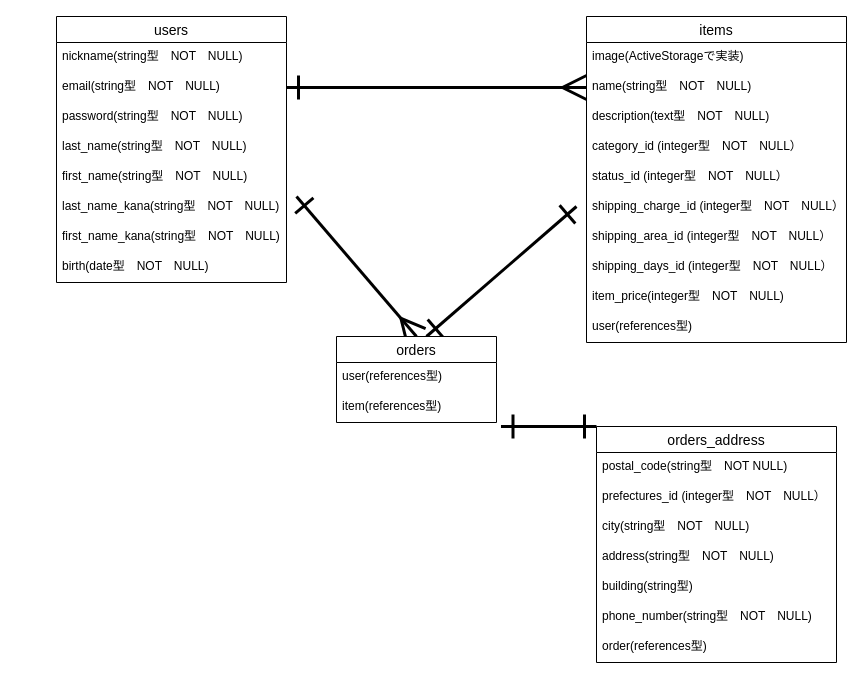
The draw.io diagram furima.dio in shuichi8112/furima-34017, before the edit. Source tidied: cells renumbered, new cells numbered last; positions are measured from the earlier drawing's top-left corner, leaving out a move shared by most shapes. Both pictures are drawn from the tidied source at 100%, with x=0, y=0 at pixel (56, 16).
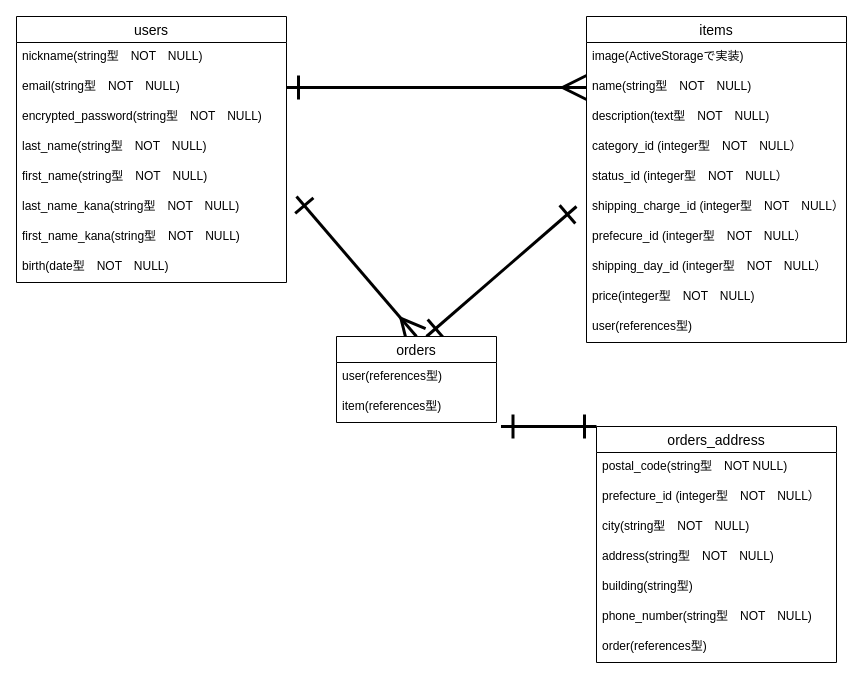
The same diagram, later.

Commit message (it also covers changes not shown here):
DB設計　指摘箇所修正4回目

Unchanged cells that the change refers to:
```xml
<mxCell id="3" value="items" style="swimlane;fontStyle=0;horizontal=1;startSize=26;align=center;fontSize=14;" parent="1" vertex="1">
  <mxGeometry x="530" width="260" height="326" as="geometry" />
</mxCell>
<mxCell id="27" value="orders_address" style="swimlane;fontStyle=0;horizontal=1;startSize=26;align=center;fontSize=14;" parent="1" vertex="1">
  <mxGeometry x="540" y="410" width="240" height="236" as="geometry" />
</mxCell>
```

Change to the diagram source:
```diff
@@
-    <mxCell id="10" value="shipping_area_id (integer型　NOT　NULL）" style="text;strokeColor=none;fillColor=none;spacingLeft=4;spacingRight=4;overflow=hidden;fontSize=12;" parent="3" vertex="1">
+    <mxCell id="10" value="prefecure_id (integer型　NOT　NULL）" style="text;strokeColor=none;fillColor=none;spacingLeft=4;spacingRight=4;overflow=hidden;fontSize=12;" parent="3" vertex="1">
       <mxGeometry y="206" width="260" height="30" as="geometry" />
     </mxCell>
-    <mxCell id="11" value="shipping_days_id (integer型　NOT　NULL）" style="text;strokeColor=none;fillColor=none;spacingLeft=4;spacingRight=4;overflow=hidden;fontSize=12;" parent="3" vertex="1">
+    <mxCell id="11" value="shipping_day_id (integer型　NOT　NULL）" style="text;strokeColor=none;fillColor=none;spacingLeft=4;spacingRight=4;overflow=hidden;fontSize=12;" parent="3" vertex="1">
       <mxGeometry y="236" width="260" height="30" as="geometry" />
     </mxCell>
-    <mxCell id="12" value="item_price(integer型　NOT　NULL)" style="text;strokeColor=none;fillColor=none;spacingLeft=4;spacingRight=4;overflow=hidden;fontSize=12;" parent="3" vertex="1">
+    <mxCell id="12" value="price(integer型　NOT　NULL)" style="text;strokeColor=none;fillColor=none;spacingLeft=4;spacingRight=4;overflow=hidden;fontSize=12;" parent="3" vertex="1">
       <mxGeometry y="266" width="260" height="30" as="geometry" />
     </mxCell>
@@
     <mxCell id="15" value="users" style="swimlane;fontStyle=0;horizontal=1;startSize=26;align=center;fontSize=14;" parent="1" vertex="1">
-      <mxGeometry width="230" height="266" as="geometry" />
+      <mxGeometry x="-40" width="270" height="266" as="geometry" />
     </mxCell>
     <mxCell id="16" value="nickname(string型　NOT　NULL)" style="text;strokeColor=none;fillColor=none;spacingLeft=4;spacingRight=4;overflow=hidden;fontSize=12;" parent="15" vertex="1">
-      <mxGeometry y="26" width="230" height="30" as="geometry" />
+      <mxGeometry y="26" width="270" height="30" as="geometry" />
     </mxCell>
-    <mxCell id="17" value="email(string型　NOT　NULL)" style="text;strokeColor=none;fillColor=none;spacingLeft=4;spacingRight=4;overflow=hidden;fontSize=12;" parent="15" vertex="1">
-      <mxGeometry y="56" width="230" height="30" as="geometry" />
+    <mxCell id="17" value="email(string型　NOT　NULL)&#10;" style="text;strokeColor=none;fillColor=none;spacingLeft=4;spacingRight=4;overflow=hidden;fontSize=12;" parent="15" vertex="1">
+      <mxGeometry y="56" width="270" height="30" as="geometry" />
     </mxCell>
-    <mxCell id="18" value="password(string型　NOT　NULL)" style="text;strokeColor=none;fillColor=none;spacingLeft=4;spacingRight=4;overflow=hidden;fontSize=12;" parent="15" vertex="1">
-      <mxGeometry y="86" width="230" height="30" as="geometry" />
+    <mxCell id="18" value="encrypted_password(string型　NOT　NULL)" style="text;strokeColor=none;fillColor=none;spacingLeft=4;spacingRight=4;overflow=hidden;fontSize=12;" parent="15" vertex="1">
+      <mxGeometry y="86" width="270" height="30" as="geometry" />
     </mxCell>
     <mxCell id="19" value="last_name(string型　NOT　NULL)" style="text;strokeColor=none;fillColor=none;spacingLeft=4;spacingRight=4;overflow=hidden;fontSize=12;" parent="15" vertex="1">
-      <mxGeometry y="116" width="230" height="30" as="geometry" />
+      <mxGeometry y="116" width="270" height="30" as="geometry" />
     </mxCell>
     <mxCell id="20" value="first_name(string型　NOT　NULL)" style="text;strokeColor=none;fillColor=none;spacingLeft=4;spacingRight=4;overflow=hidden;fontSize=12;" parent="15" vertex="1">
-      <mxGeometry y="146" width="230" height="30" as="geometry" />
+      <mxGeometry y="146" width="270" height="30" as="geometry" />
     </mxCell>
     <mxCell id="21" value="last_name_kana(string型　NOT　NULL)" style="text;strokeColor=none;fillColor=none;spacingLeft=4;spacingRight=4;overflow=hidden;fontSize=12;" parent="15" vertex="1">
-      <mxGeometry y="176" width="230" height="30" as="geometry" />
+      <mxGeometry y="176" width="270" height="30" as="geometry" />
     </mxCell>
     <mxCell id="22" value="first_name_kana(string型　NOT　NULL)" style="text;strokeColor=none;fillColor=none;spacingLeft=4;spacingRight=4;overflow=hidden;fontSize=12;" parent="15" vertex="1">
-      <mxGeometry y="206" width="230" height="30" as="geometry" />
+      <mxGeometry y="206" width="270" height="30" as="geometry" />
     </mxCell>
     <mxCell id="23" value="birth(date型　NOT　NULL)" style="text;strokeColor=none;fillColor=none;spacingLeft=4;spacingRight=4;overflow=hidden;fontSize=12;" parent="15" vertex="1">
-      <mxGeometry y="236" width="230" height="30" as="geometry" />
+      <mxGeometry y="236" width="270" height="30" as="geometry" />
     </mxCell>
@@
-    <mxCell id="29" value="prefectures_id (integer型　NOT　NULL）" style="text;strokeColor=none;fillColor=none;spacingLeft=4;spacingRight=4;overflow=hidden;fontSize=12;" parent="27" vertex="1">
+    <mxCell id="29" value="prefecture_id (integer型　NOT　NULL）" style="text;strokeColor=none;fillColor=none;spacingLeft=4;spacingRight=4;overflow=hidden;fontSize=12;" parent="27" vertex="1">
       <mxGeometry y="56" width="240" height="30" as="geometry" />
     </mxCell>
```
